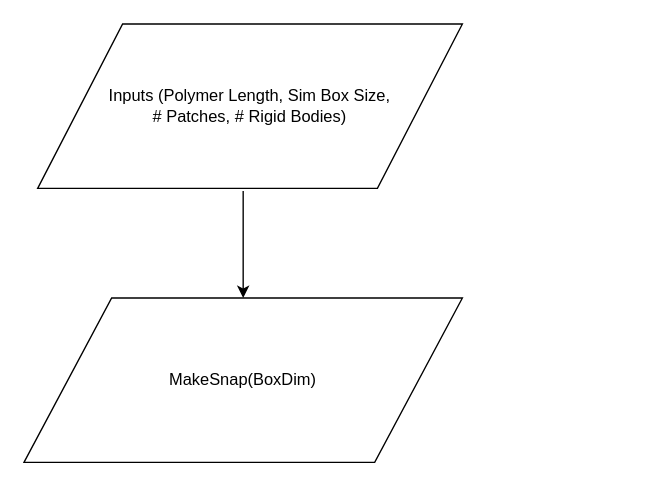
Earlier version of the draw.io diagram Untitled Diagram.drawio (danielpugliese/PatchyPolymer). Source tidied: cells renumbered, new cells numbered last; positions are measured from the earlier drawing's top-left corner, leaving out a move shared by most shapes. Both pictures are drawn from the tidied source at 137%, with x=0, y=0 at pixel (23, 23).
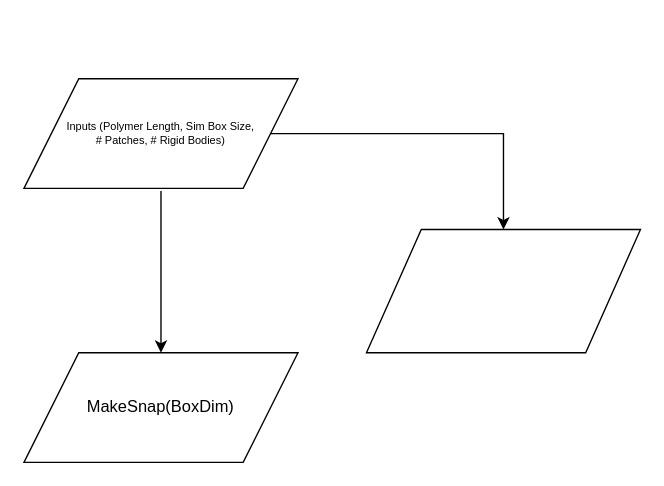
The same diagram, later.

Diff of the diagram source:
```diff
@@
 <mxGraphModel>
   <root>
     <mxCell id="0" />
     <mxCell id="1" parent="0" />
+    <mxCell id="5" style="edgeStyle=orthogonalEdgeStyle;rounded=0;jettySize=auto;html=1;exitX=1;exitY=0.5;exitDx=0;exitDy=0;fontSize=8;" parent="1" edge="1" source="2" target="6">
+      <mxGeometry relative="1" as="geometry" />
+    </mxCell>
-    <mxCell id="2" value="Inputs (Polymer Length, Sim Box Size, &lt;br&gt;# Patches, # Rigid Bodies)" style="shape=parallelogram;perimeter=parallelogramPerimeter;whiteSpace=wrap;html=1;" parent="1" vertex="1">
-      <mxGeometry x="10" width="310" height="120" as="geometry" />
+    <mxCell id="2" value="Inputs (Polymer Length, Sim Box Size, &lt;br style=&quot;font-size: 8px;&quot;&gt;# Patches, # Rigid Bodies)" style="shape=parallelogram;perimeter=parallelogramPerimeter;whiteSpace=wrap;html=1;fontSize=8;" parent="1" vertex="1">
+      <mxGeometry y="40" width="200" height="80" as="geometry" />
     </mxCell>
     <mxCell id="3" style="endArrow=classic;html=1;entryX=0.5;entryY=0;entryDx=0;entryDy=0;" parent="1" edge="1" target="4">
       <mxGeometry relative="1" as="geometry">
-        <mxPoint x="160" y="122" as="sourcePoint" />
+        <mxPoint x="100" y="122" as="sourcePoint" />
       </mxGeometry>
     </mxCell>
     <mxCell id="4" value="MakeSnap(BoxDim)" style="shape=parallelogram;perimeter=parallelogramPerimeter;whiteSpace=wrap;html=1;" parent="1" vertex="1">
-      <mxGeometry y="200" width="320" height="120" as="geometry" />
+      <mxGeometry y="240" width="200" height="80" as="geometry" />
     </mxCell>
+    <mxCell id="6" style="shape=parallelogram;perimeter=parallelogramPerimeter;whiteSpace=wrap;html=1;" parent="1" vertex="1">
+      <mxGeometry x="250" y="150" width="200" height="90" as="geometry" />
+    </mxCell>
   </root>
 </mxGraphModel>
```
